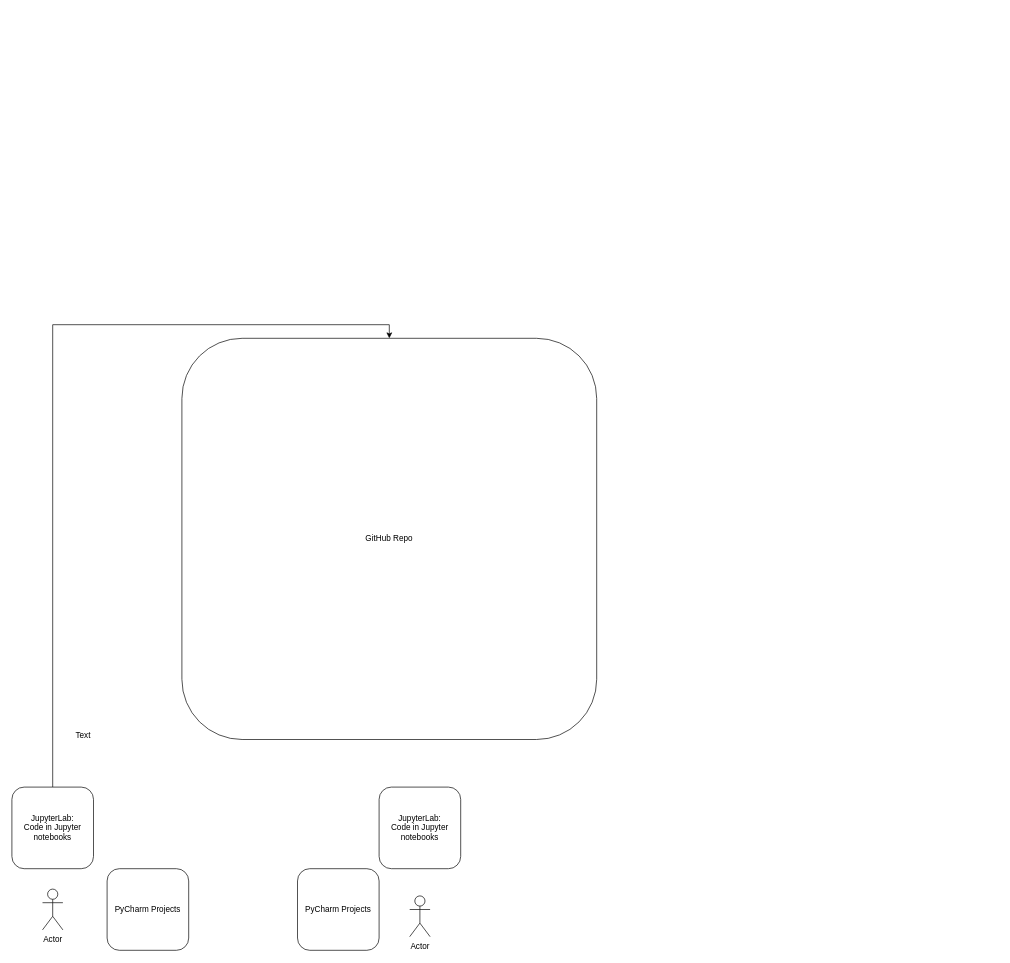
Before: Untitled Diagram.drawio in MrBrain/coding_interview, a draw.io diagram. Source tidied: cells renumbered, new cells numbered last; positions are measured from the earlier drawing's top-left corner, leaving out a move shared by most shapes. Both pictures are drawn from the tidied source at 68%, with x=0, y=0 at pixel (12, 338).
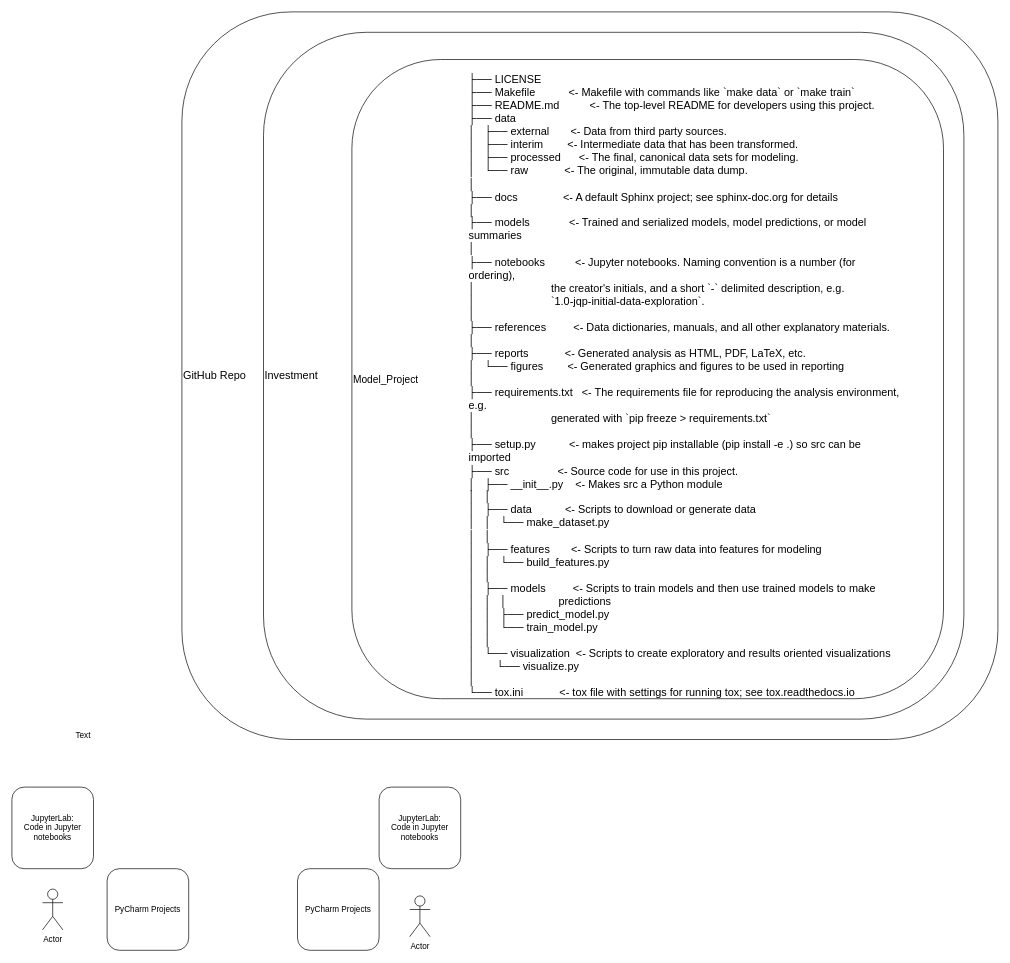
The same diagram, later.

Diff of the diagram source:
```diff
@@
 <mxGraphModel>
   <root>
     <mxCell id="0" />
     <mxCell id="1" parent="0" />
+    <mxCell id="5" value="GitHub Repo" style="rounded=1;whiteSpace=wrap;html=1;direction=south;align=left;fontSize=16;" parent="1" vertex="1">
+      <mxGeometry x="250" y="-480" width="1200" height="1070" as="geometry" />
+    </mxCell>
+    <mxCell id="11" value="Investment" style="rounded=1;whiteSpace=wrap;html=1;align=left;fontSize=16;" parent="1" vertex="1">
+      <mxGeometry x="370" y="-450" width="1030" height="1010" as="geometry" />
+    </mxCell>
+    <mxCell id="12" value="&lt;font style=&quot;font-size: 15px;&quot;&gt;Model_Project&lt;/font&gt;" style="rounded=1;whiteSpace=wrap;html=1;align=left;" parent="1" vertex="1">
+      <mxGeometry x="500" y="-410" width="870" height="940" as="geometry" />
+    </mxCell>
     <mxCell id="2" value="Actor" style="shape=umlActor;verticalLabelPosition=bottom;verticalAlign=top;html=1;" parent="1" vertex="1">
       <mxGeometry x="45" y="810" width="30" height="60" as="geometry" />
     </mxCell>
-    <mxCell id="3" style="edgeStyle=orthogonalEdgeStyle;rounded=0;jettySize=auto;html=1;exitX=0.5;exitY=0;exitDx=0;exitDy=0;entryX=0;entryY=0.5;entryDx=0;entryDy=0;" parent="1" edge="1" source="4" target="5">
-      <mxGeometry relative="1" as="geometry" />
-    </mxCell>
     <mxCell id="4" value="JupyterLab:&lt;br&gt;Code in Jupyter notebooks" style="rounded=1;whiteSpace=wrap;html=1;" parent="1" vertex="1">
       <mxGeometry y="660" width="120" height="120" as="geometry" />
     </mxCell>
-    <mxCell id="5" value="GitHub Repo" style="rounded=1;whiteSpace=wrap;html=1;direction=south;" parent="1" vertex="1">
-      <mxGeometry x="250" width="610" height="590" as="geometry" />
-    </mxCell>
     <mxCell id="6" value="PyCharm Projects" style="rounded=1;whiteSpace=wrap;html=1;" parent="1" vertex="1">
       <mxGeometry x="140" y="780" width="120" height="120" as="geometry" />
     </mxCell>
     <mxCell id="7" value="Actor" style="shape=umlActor;verticalLabelPosition=bottom;verticalAlign=top;html=1;" parent="1" vertex="1">
       <mxGeometry x="585" y="820" width="30" height="60" as="geometry" />
     </mxCell>
     <mxCell id="8" value="PyCharm Projects" style="rounded=1;whiteSpace=wrap;html=1;" parent="1" vertex="1">
       <mxGeometry x="420" y="780" width="120" height="120" as="geometry" />
     </mxCell>
     <mxCell id="9" value="JupyterLab:&lt;br&gt;Code in Jupyter notebooks" style="rounded=1;whiteSpace=wrap;html=1;" parent="1" vertex="1">
       <mxGeometry x="540" y="660" width="120" height="120" as="geometry" />
     </mxCell>
     <mxCell id="10" value="Text" style="text;html=1;strokeColor=none;fillColor=none;align=center;verticalAlign=middle;whiteSpace=wrap;rounded=0;" parent="1" vertex="1">
       <mxGeometry x="75" y="570" width="60" height="30" as="geometry" />
     </mxCell>
+    <mxCell id="13" value="&lt;font style=&quot;font-size: 16px;&quot;&gt;├── LICENSE&lt;br&gt;├── Makefile&amp;nbsp; &amp;nbsp; &amp;nbsp; &amp;nbsp; &amp;nbsp; &amp;nbsp;&amp;lt;- Makefile with commands like `make data` or `make train`&lt;br&gt;├── README.md&amp;nbsp; &amp;nbsp; &amp;nbsp; &amp;nbsp; &amp;nbsp; &amp;lt;- The top-level README for developers using this project.&lt;br&gt;├── data&lt;br&gt;│&amp;nbsp; &amp;nbsp;├── external&amp;nbsp; &amp;nbsp; &amp;nbsp; &amp;nbsp;&amp;lt;- Data from third party sources.&lt;br&gt;│&amp;nbsp; &amp;nbsp;├── interim&amp;nbsp; &amp;nbsp; &amp;nbsp; &amp;nbsp; &amp;lt;- Intermediate data that has been transformed.&lt;br&gt;│&amp;nbsp; &amp;nbsp;├── processed&amp;nbsp; &amp;nbsp; &amp;nbsp; &amp;lt;- The final, canonical data sets for modeling.&lt;br&gt;│&amp;nbsp; &amp;nbsp;└── raw&amp;nbsp; &amp;nbsp; &amp;nbsp; &amp;nbsp; &amp;nbsp; &amp;nbsp; &amp;lt;- The original, immutable data dump.&lt;br&gt;│&lt;br&gt;├── docs&amp;nbsp; &amp;nbsp; &amp;nbsp; &amp;nbsp; &amp;nbsp; &amp;nbsp; &amp;nbsp; &amp;nbsp;&amp;lt;- A default Sphinx project; see sphinx-doc.org for details&lt;br&gt;│&lt;br&gt;├── models&amp;nbsp; &amp;nbsp; &amp;nbsp; &amp;nbsp; &amp;nbsp; &amp;nbsp; &amp;nbsp;&amp;lt;- Trained and serialized models, model predictions, or model summaries&lt;br&gt;│&lt;br&gt;├── notebooks&amp;nbsp; &amp;nbsp; &amp;nbsp; &amp;nbsp; &amp;nbsp; &amp;lt;- Jupyter notebooks. Naming convention is a number (for ordering),&lt;br&gt;│&amp;nbsp; &amp;nbsp; &amp;nbsp; &amp;nbsp; &amp;nbsp; &amp;nbsp; &amp;nbsp; &amp;nbsp; &amp;nbsp; &amp;nbsp; &amp;nbsp; &amp;nbsp; &amp;nbsp;the creator's initials, and a short `-` delimited description, e.g.&lt;br&gt;│&amp;nbsp; &amp;nbsp; &amp;nbsp; &amp;nbsp; &amp;nbsp; &amp;nbsp; &amp;nbsp; &amp;nbsp; &amp;nbsp; &amp;nbsp; &amp;nbsp; &amp;nbsp; &amp;nbsp;`1.0-jqp-initial-data-exploration`.&lt;br&gt;│&lt;br&gt;├── references&amp;nbsp; &amp;nbsp; &amp;nbsp; &amp;nbsp; &amp;nbsp;&amp;lt;- Data dictionaries, manuals, and all other explanatory materials.&lt;br&gt;│&lt;br&gt;├── reports&amp;nbsp; &amp;nbsp; &amp;nbsp; &amp;nbsp; &amp;nbsp; &amp;nbsp; &amp;lt;- Generated analysis as HTML, PDF, LaTeX, etc.&lt;br&gt;│&amp;nbsp; &amp;nbsp;└── figures&amp;nbsp; &amp;nbsp; &amp;nbsp; &amp;nbsp; &amp;lt;- Generated graphics and figures to be used in reporting&lt;br&gt;│&lt;br&gt;├── requirements.txt&amp;nbsp; &amp;nbsp;&amp;lt;- The requirements file for reproducing the analysis environment, e.g.&lt;br&gt;│&amp;nbsp; &amp;nbsp; &amp;nbsp; &amp;nbsp; &amp;nbsp; &amp;nbsp; &amp;nbsp; &amp;nbsp; &amp;nbsp; &amp;nbsp; &amp;nbsp; &amp;nbsp; &amp;nbsp;generated with `pip freeze &amp;gt; requirements.txt`&lt;br&gt;│&lt;br&gt;├── setup.py&amp;nbsp; &amp;nbsp; &amp;nbsp; &amp;nbsp; &amp;nbsp; &amp;nbsp;&amp;lt;- makes project pip installable (pip install -e .) so src can be imported&lt;br&gt;├── src&amp;nbsp; &amp;nbsp; &amp;nbsp; &amp;nbsp; &amp;nbsp; &amp;nbsp; &amp;nbsp; &amp;nbsp; &amp;lt;- Source code for use in this project.&lt;br&gt;│&amp;nbsp; &amp;nbsp;├── __init__.py&amp;nbsp; &amp;nbsp; &amp;lt;- Makes src a Python module&lt;br&gt;│&amp;nbsp; &amp;nbsp;│&lt;br&gt;│&amp;nbsp; &amp;nbsp;├── data&amp;nbsp; &amp;nbsp; &amp;nbsp; &amp;nbsp; &amp;nbsp; &amp;nbsp;&amp;lt;- Scripts to download or generate data&lt;br&gt;│&amp;nbsp; &amp;nbsp;│&amp;nbsp; &amp;nbsp;└── make_dataset.py&lt;br&gt;│&amp;nbsp; &amp;nbsp;│&lt;br&gt;│&amp;nbsp; &amp;nbsp;├── features&amp;nbsp; &amp;nbsp; &amp;nbsp; &amp;nbsp;&amp;lt;- Scripts to turn raw data into features for modeling&lt;br&gt;│&amp;nbsp; &amp;nbsp;│&amp;nbsp; &amp;nbsp;└── build_features.py&lt;br&gt;│&amp;nbsp; &amp;nbsp;│&lt;br&gt;│&amp;nbsp; &amp;nbsp;├── models&amp;nbsp; &amp;nbsp; &amp;nbsp; &amp;nbsp; &amp;nbsp;&amp;lt;- Scripts to train models and then use trained models to make&lt;br&gt;│&amp;nbsp; &amp;nbsp;│&amp;nbsp; &amp;nbsp;│&amp;nbsp; &amp;nbsp; &amp;nbsp; &amp;nbsp; &amp;nbsp; &amp;nbsp; &amp;nbsp; &amp;nbsp; &amp;nbsp;predictions&lt;br&gt;│&amp;nbsp; &amp;nbsp;│&amp;nbsp; &amp;nbsp;├── predict_model.py&lt;br&gt;│&amp;nbsp; &amp;nbsp;│&amp;nbsp; &amp;nbsp;└── train_model.py&lt;br&gt;│&amp;nbsp; &amp;nbsp;│&lt;br&gt;│&amp;nbsp; &amp;nbsp;└── visualization&amp;nbsp; &amp;lt;- Scripts to create exploratory and results oriented visualizations&lt;br&gt;│&amp;nbsp; &amp;nbsp; &amp;nbsp; &amp;nbsp;└── visualize.py&lt;br&gt;│&lt;br&gt;└── tox.ini&amp;nbsp; &amp;nbsp; &amp;nbsp; &amp;nbsp; &amp;nbsp; &amp;nbsp; &amp;lt;- tox file with settings for running tox; see tox.readthedocs.io&lt;/font&gt;" style="text;html=1;strokeColor=none;fillColor=none;align=left;verticalAlign=middle;whiteSpace=wrap;rounded=0;" parent="1" vertex="1">
+      <mxGeometry x="670" y="-340" width="640" height="820" as="geometry" />
+    </mxCell>
   </root>
 </mxGraphModel>
```
